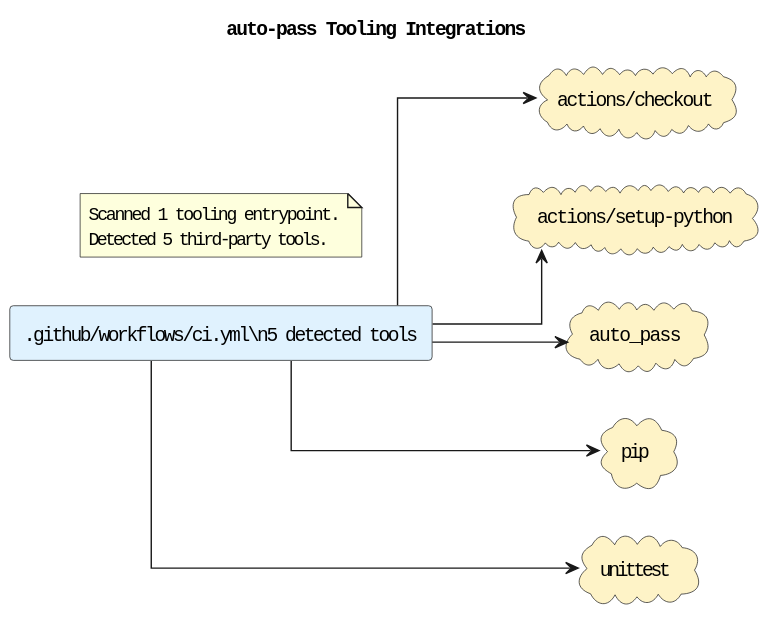
The PlantUML diagram docs/diagrams/tooling-integrations.puml.svg in casonk/auto-pass, before a commit.
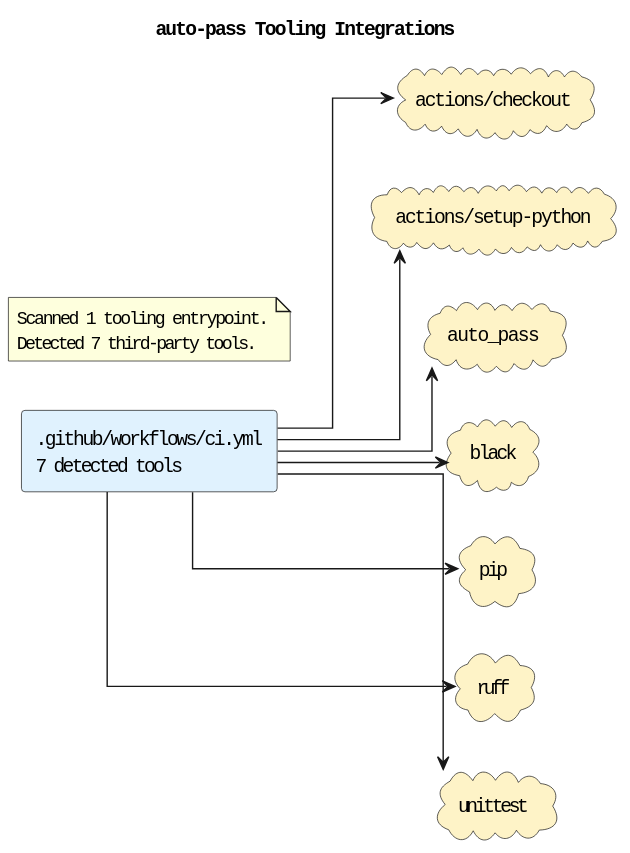
After the change.

What changed in the source:
```diff
@@ -5,19 +5,23 @@
 skinparam defaultFontName Monospace
 skinparam componentStyle rectangle
 skinparam linetype ortho
-rectangle ".github/workflows/ci.yml\\n5 detected tools" as source_github_workflows_ci_yml #E0F2FE
+rectangle ".github/workflows/ci.yml\n7 detected tools" as source_github_workflows_ci_yml #E0F2FE
 cloud "actions/checkout" as tool_actions_checkout #FEF3C7
 cloud "actions/setup-python" as tool_actions_setup_python #FEF3C7
 cloud "auto_pass" as tool_auto_pass #FEF3C7
+cloud "black" as tool_black #FEF3C7
 cloud "pip" as tool_pip #FEF3C7
+cloud "ruff" as tool_ruff #FEF3C7
 cloud "unittest" as tool_unittest #FEF3C7
 source_github_workflows_ci_yml --> tool_actions_checkout
 source_github_workflows_ci_yml --> tool_actions_setup_python
 source_github_workflows_ci_yml --> tool_auto_pass
+source_github_workflows_ci_yml --> tool_black
 source_github_workflows_ci_yml --> tool_pip
+source_github_workflows_ci_yml --> tool_ruff
 source_github_workflows_ci_yml --> tool_unittest
 note as toolingGraphSummary
 Scanned 1 tooling entrypoint.
-Detected 5 third-party tools.
+Detected 7 third-party tools.
 end note
 @enduml
```
